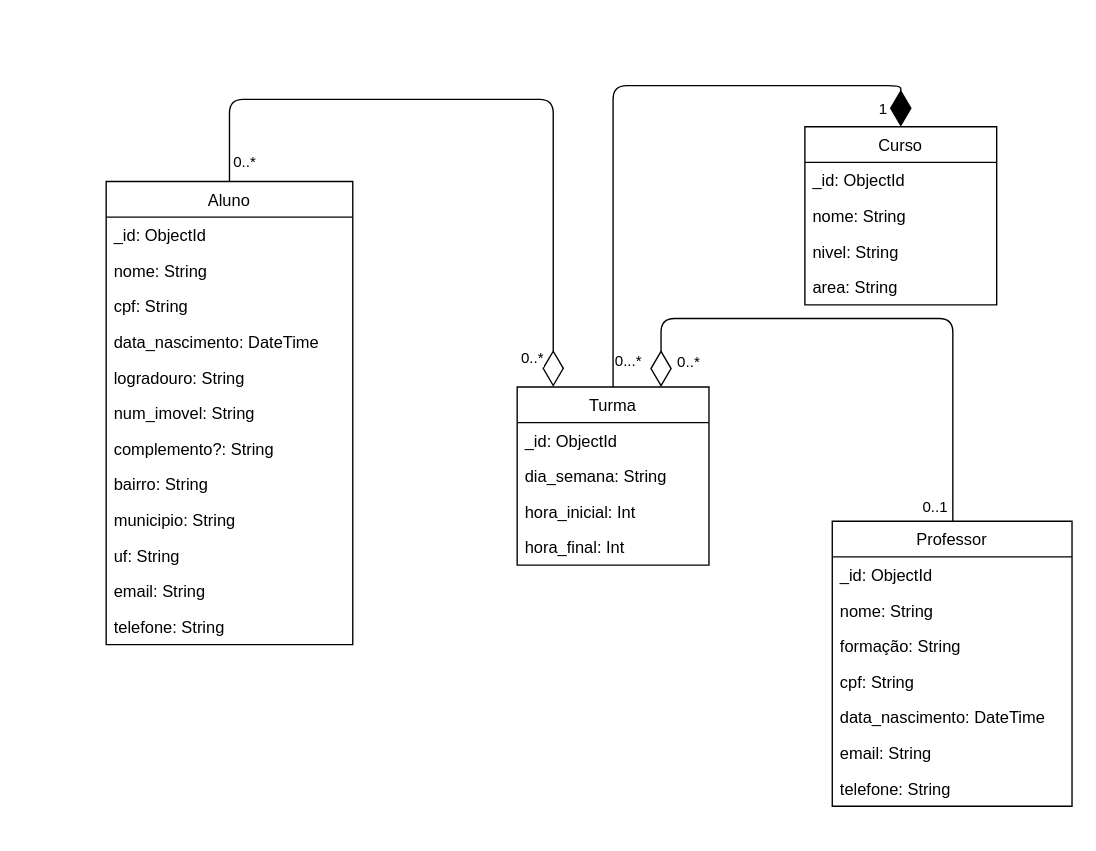
Earlier version of the draw.io diagram docs/modelagem-bd.drawio (GuiPlayer321/bn-not-2023-2). Source tidied: cells renumbered, new cells numbered last; positions are measured from the earlier drawing's top-left corner, leaving out a move shared by most shapes. Both pictures are drawn from the tidied source at 137%, with x=0, y=0 at pixel (105, 85).
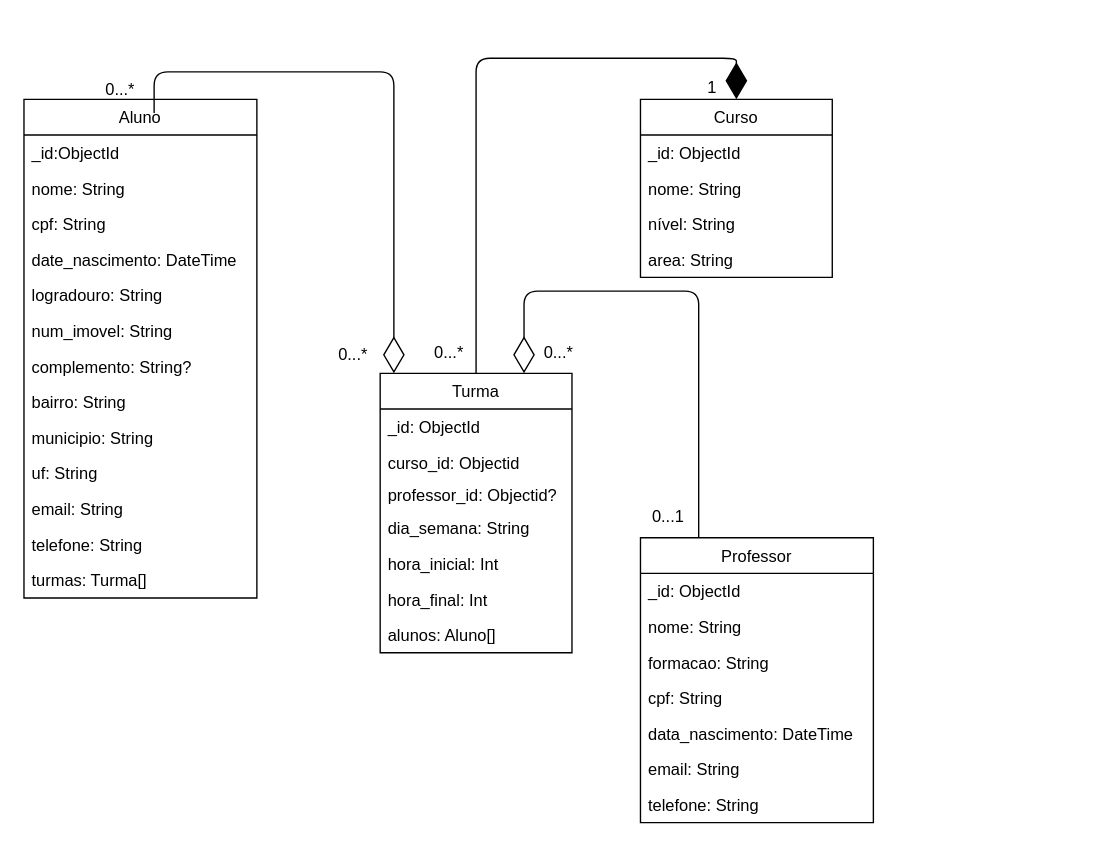
The same page after the edit.

Commit message (it also covers changes not shown here):
(06/09) Termino da modelagem dos dados

Diff of the diagram source:
```diff
@@
     <mxCell id="2" value="Aluno" style="swimlane;fontStyle=0;horizontal=1;startSize=26;fillColor=none;" parent="1" vertex="1">
-      <mxGeometry y="70" width="180" height="338" as="geometry" />
+      <mxGeometry x="-60" y="10" width="170" height="364" as="geometry" />
     </mxCell>
-    <mxCell id="3" value="_id: ObjectId" style="text;strokeColor=none;fillColor=none;align=left;verticalAlign=top;spacingLeft=4;spacingRight=4;overflow=hidden;" parent="2" vertex="1">
-      <mxGeometry y="26" width="180" height="26" as="geometry" />
-    </mxCell>
-    <mxCell id="4" value="nome: String" style="text;strokeColor=none;fillColor=none;align=left;verticalAlign=top;spacingLeft=4;spacingRight=4;overflow=hidden;" parent="2" vertex="1">
-      <mxGeometry y="52" width="180" height="26" as="geometry" />
-    </mxCell>
-    <mxCell id="5" value="cpf: String" style="text;strokeColor=none;fillColor=none;align=left;verticalAlign=top;spacingLeft=4;spacingRight=4;overflow=hidden;" parent="2" vertex="1">
-      <mxGeometry y="78" width="180" height="26" as="geometry" />
-    </mxCell>
-    <mxCell id="6" value="data_nascimento: DateTime" style="text;strokeColor=none;fillColor=none;align=left;verticalAlign=top;spacingLeft=4;spacingRight=4;overflow=hidden;" parent="2" vertex="1">
-      <mxGeometry y="104" width="180" height="26" as="geometry" />
-    </mxCell>
+    <mxCell id="42" value="_id:ObjectId" style="text;strokeColor=none;fillColor=none;align=left;verticalAlign=top;spacingLeft=4;spacingRight=4;overflow=hidden;" parent="2" vertex="1">
+      <mxGeometry y="26" width="170" height="26" as="geometry" />
+    </mxCell>
+    <mxCell id="43" value="nome: String    " style="text;strokeColor=none;fillColor=none;align=left;verticalAlign=top;spacingLeft=4;spacingRight=4;overflow=hidden;" parent="2" vertex="1">
+      <mxGeometry y="52" width="170" height="26" as="geometry" />
+    </mxCell>
+    <mxCell id="44" value="cpf: String" style="text;strokeColor=none;fillColor=none;align=left;verticalAlign=top;spacingLeft=4;spacingRight=4;overflow=hidden;" parent="2" vertex="1">
+      <mxGeometry y="78" width="170" height="26" as="geometry" />
+    </mxCell>
+    <mxCell id="45" value="date_nascimento: DateTime&#10;" style="text;strokeColor=none;fillColor=none;align=left;verticalAlign=top;spacingLeft=4;spacingRight=4;overflow=hidden;" parent="2" vertex="1">
+      <mxGeometry y="104" width="170" height="26" as="geometry" />
+    </mxCell>
     <mxCell id="7" value="logradouro: String" style="text;strokeColor=none;fillColor=none;align=left;verticalAlign=top;spacingLeft=4;spacingRight=4;overflow=hidden;" parent="2" vertex="1">
-      <mxGeometry y="130" width="180" height="26" as="geometry" />
+      <mxGeometry y="130" width="170" height="26" as="geometry" />
     </mxCell>
     <mxCell id="8" value="num_imovel: String" style="text;strokeColor=none;fillColor=none;align=left;verticalAlign=top;spacingLeft=4;spacingRight=4;overflow=hidden;" parent="2" vertex="1">
-      <mxGeometry y="156" width="180" height="26" as="geometry" />
+      <mxGeometry y="156" width="170" height="26" as="geometry" />
     </mxCell>
-    <mxCell id="9" value="complemento?: String" style="text;strokeColor=none;fillColor=none;align=left;verticalAlign=top;spacingLeft=4;spacingRight=4;overflow=hidden;" parent="2" vertex="1">
-      <mxGeometry y="182" width="180" height="26" as="geometry" />
-    </mxCell>
+    <mxCell id="46" value="complemento: String?" style="text;strokeColor=none;fillColor=none;align=left;verticalAlign=top;spacingLeft=4;spacingRight=4;overflow=hidden;" parent="2" vertex="1">
+      <mxGeometry y="182" width="170" height="26" as="geometry" />
+    </mxCell>
     <mxCell id="10" value="bairro: String" style="text;strokeColor=none;fillColor=none;align=left;verticalAlign=top;spacingLeft=4;spacingRight=4;overflow=hidden;" parent="2" vertex="1">
-      <mxGeometry y="208" width="180" height="26" as="geometry" />
+      <mxGeometry y="208" width="170" height="26" as="geometry" />
     </mxCell>
     <mxCell id="11" value="municipio: String" style="text;strokeColor=none;fillColor=none;align=left;verticalAlign=top;spacingLeft=4;spacingRight=4;overflow=hidden;" parent="2" vertex="1">
-      <mxGeometry y="234" width="180" height="26" as="geometry" />
+      <mxGeometry y="234" width="170" height="26" as="geometry" />
     </mxCell>
     <mxCell id="12" value="uf: String" style="text;strokeColor=none;fillColor=none;align=left;verticalAlign=top;spacingLeft=4;spacingRight=4;overflow=hidden;" parent="2" vertex="1">
-      <mxGeometry y="260" width="180" height="26" as="geometry" />
+      <mxGeometry y="260" width="170" height="26" as="geometry" />
     </mxCell>
-    <mxCell id="13" value="email: String" style="text;strokeColor=none;fillColor=none;align=left;verticalAlign=top;spacingLeft=4;spacingRight=4;overflow=hidden;" parent="2" vertex="1">
-      <mxGeometry y="286" width="180" height="26" as="geometry" />
-    </mxCell>
-    <mxCell id="14" value="telefone: String" style="text;strokeColor=none;fillColor=none;align=left;verticalAlign=top;spacingLeft=4;spacingRight=4;overflow=hidden;" parent="2" vertex="1">
-      <mxGeometry y="312" width="180" height="26" as="geometry" />
-    </mxCell>
+    <mxCell id="47" value="email: String" style="text;strokeColor=none;fillColor=none;align=left;verticalAlign=top;spacingLeft=4;spacingRight=4;overflow=hidden;" parent="2" vertex="1">
+      <mxGeometry y="286" width="170" height="26" as="geometry" />
+    </mxCell>
+    <mxCell id="48" value="telefone: String" style="text;strokeColor=none;fillColor=none;align=left;verticalAlign=top;spacingLeft=4;spacingRight=4;overflow=hidden;" parent="2" vertex="1">
+      <mxGeometry y="312" width="170" height="26" as="geometry" />
+    </mxCell>
+    <mxCell id="49" value="turmas: Turma[]" style="text;strokeColor=none;fillColor=none;align=left;verticalAlign=top;spacingLeft=4;spacingRight=4;overflow=hidden;" parent="2" vertex="1">
+      <mxGeometry y="338" width="170" height="26" as="geometry" />
+    </mxCell>
     <mxCell id="15" value="Curso" style="swimlane;fontStyle=0;horizontal=1;startSize=26;fillColor=none;" parent="1" vertex="1">
-      <mxGeometry x="510" y="30" width="140" height="130" as="geometry" />
+      <mxGeometry x="390" y="10" width="140" height="130" as="geometry" />
     </mxCell>
-    <mxCell id="16" value="_id: ObjectId" style="text;strokeColor=none;fillColor=none;align=left;verticalAlign=top;spacingLeft=4;spacingRight=4;overflow=hidden;" parent="15" vertex="1">
-      <mxGeometry y="26" width="140" height="26" as="geometry" />
-    </mxCell>
+    <mxCell id="50" value="_id: ObjectId" style="text;strokeColor=none;fillColor=none;align=left;verticalAlign=top;spacingLeft=4;spacingRight=4;overflow=hidden;" parent="15" vertex="1">
+      <mxGeometry y="26" width="140" height="26" as="geometry" />
+    </mxCell>
@@
-    <mxCell id="18" value="nivel: String" style="text;strokeColor=none;fillColor=none;align=left;verticalAlign=top;spacingLeft=4;spacingRight=4;overflow=hidden;" parent="15" vertex="1">
-      <mxGeometry y="78" width="140" height="26" as="geometry" />
-    </mxCell>
+    <mxCell id="51" value="nível: String" style="text;strokeColor=none;fillColor=none;align=left;verticalAlign=top;spacingLeft=4;spacingRight=4;overflow=hidden;" parent="15" vertex="1">
+      <mxGeometry y="78" width="140" height="26" as="geometry" />
+    </mxCell>
@@
     <mxCell id="20" value="Professor" style="swimlane;fontStyle=0;horizontal=1;startSize=26;fillColor=none;" parent="1" vertex="1">
-      <mxGeometry x="530" y="318" width="175" height="208" as="geometry" />
+      <mxGeometry x="390" y="330" width="170" height="208" as="geometry" />
     </mxCell>
-    <mxCell id="21" value="_id: ObjectId" style="text;strokeColor=none;fillColor=none;align=left;verticalAlign=top;spacingLeft=4;spacingRight=4;overflow=hidden;" parent="20" vertex="1">
-      <mxGeometry y="26" width="175" height="26" as="geometry" />
-    </mxCell>
-    <mxCell id="22" value="nome: String" style="text;strokeColor=none;fillColor=none;align=left;verticalAlign=top;spacingLeft=4;spacingRight=4;overflow=hidden;" parent="20" vertex="1">
-      <mxGeometry y="52" width="175" height="26" as="geometry" />
-    </mxCell>
-    <mxCell id="23" value="formação: String" style="text;strokeColor=none;fillColor=none;align=left;verticalAlign=top;spacingLeft=4;spacingRight=4;overflow=hidden;" parent="20" vertex="1">
-      <mxGeometry y="78" width="175" height="26" as="geometry" />
-    </mxCell>
-    <mxCell id="24" value="cpf: String" style="text;strokeColor=none;fillColor=none;align=left;verticalAlign=top;spacingLeft=4;spacingRight=4;overflow=hidden;" parent="20" vertex="1">
-      <mxGeometry y="104" width="175" height="26" as="geometry" />
-    </mxCell>
-    <mxCell id="25" value="data_nascimento: DateTime" style="text;strokeColor=none;fillColor=none;align=left;verticalAlign=top;spacingLeft=4;spacingRight=4;overflow=hidden;" parent="20" vertex="1">
-      <mxGeometry y="130" width="175" height="26" as="geometry" />
-    </mxCell>
-    <mxCell id="26" value="email: String" style="text;strokeColor=none;fillColor=none;align=left;verticalAlign=top;spacingLeft=4;spacingRight=4;overflow=hidden;" parent="20" vertex="1">
-      <mxGeometry y="156" width="175" height="26" as="geometry" />
-    </mxCell>
-    <mxCell id="27" value="telefone: String" style="text;strokeColor=none;fillColor=none;align=left;verticalAlign=top;spacingLeft=4;spacingRight=4;overflow=hidden;" parent="20" vertex="1">
-      <mxGeometry y="182" width="175" height="26" as="geometry" />
-    </mxCell>
+    <mxCell id="52" value="_id: ObjectId" style="text;strokeColor=none;fillColor=none;align=left;verticalAlign=top;spacingLeft=4;spacingRight=4;overflow=hidden;" parent="20" vertex="1">
+      <mxGeometry y="26" width="170" height="26" as="geometry" />
+    </mxCell>
+    <mxCell id="53" value="nome: String" style="text;strokeColor=none;fillColor=none;align=left;verticalAlign=top;spacingLeft=4;spacingRight=4;overflow=hidden;" parent="20" vertex="1">
+      <mxGeometry y="52" width="170" height="26" as="geometry" />
+    </mxCell>
+    <mxCell id="54" value="formacao: String" style="text;strokeColor=none;fillColor=none;align=left;verticalAlign=top;spacingLeft=4;spacingRight=4;overflow=hidden;" parent="20" vertex="1">
+      <mxGeometry y="78" width="170" height="26" as="geometry" />
+    </mxCell>
+    <mxCell id="55" value="cpf: String" style="text;strokeColor=none;fillColor=none;align=left;verticalAlign=top;spacingLeft=4;spacingRight=4;overflow=hidden;" parent="20" vertex="1">
+      <mxGeometry y="104" width="170" height="26" as="geometry" />
+    </mxCell>
+    <mxCell id="56" value="data_nascimento: DateTime" style="text;strokeColor=none;fillColor=none;align=left;verticalAlign=top;spacingLeft=4;spacingRight=4;overflow=hidden;" parent="20" vertex="1">
+      <mxGeometry y="130" width="170" height="26" as="geometry" />
+    </mxCell>
+    <mxCell id="57" value="email: String" style="text;strokeColor=none;fillColor=none;align=left;verticalAlign=top;spacingLeft=4;spacingRight=4;overflow=hidden;" parent="20" vertex="1">
+      <mxGeometry y="156" width="170" height="26" as="geometry" />
+    </mxCell>
+    <mxCell id="58" value="telefone: String" style="text;strokeColor=none;fillColor=none;align=left;verticalAlign=top;spacingLeft=4;spacingRight=4;overflow=hidden;" parent="20" vertex="1">
+      <mxGeometry y="182" width="170" height="26" as="geometry" />
+    </mxCell>
     <mxCell id="28" value="Turma" style="swimlane;fontStyle=0;horizontal=1;startSize=26;fillColor=none;" parent="1" vertex="1">
-      <mxGeometry x="300" y="220" width="140" height="130" as="geometry" />
+      <mxGeometry x="200" y="210" width="140" height="204" as="geometry" />
     </mxCell>
-    <mxCell id="29" value="_id: ObjectId   " style="text;strokeColor=none;fillColor=none;align=left;verticalAlign=top;spacingLeft=4;spacingRight=4;overflow=hidden;" parent="28" vertex="1">
-      <mxGeometry y="26" width="140" height="26" as="geometry" />
-    </mxCell>
+    <mxCell id="59" value="_id: ObjectId" style="text;strokeColor=none;fillColor=none;align=left;verticalAlign=top;spacingLeft=4;spacingRight=4;overflow=hidden;" parent="28" vertex="1">
+      <mxGeometry y="26" width="140" height="26" as="geometry" />
+    </mxCell>
+    <mxCell id="60" value="curso_id: Objectid" style="text;strokeColor=none;fillColor=none;align=left;verticalAlign=top;spacingLeft=4;spacingRight=4;overflow=hidden;" parent="28" vertex="1">
+      <mxGeometry y="52" width="140" height="24" as="geometry" />
+    </mxCell>
+    <mxCell id="61" value="professor_id: Objectid?&#10;" style="text;strokeColor=none;fillColor=none;align=left;verticalAlign=top;spacingLeft=4;spacingRight=4;overflow=hidden;" parent="28" vertex="1">
+      <mxGeometry y="76" width="140" height="24" as="geometry" />
+    </mxCell>
     <mxCell id="30" value="dia_semana: String" style="text;strokeColor=none;fillColor=none;align=left;verticalAlign=top;spacingLeft=4;spacingRight=4;overflow=hidden;" parent="28" vertex="1">
-      <mxGeometry y="52" width="140" height="26" as="geometry" />
+      <mxGeometry y="100" width="140" height="26" as="geometry" />
     </mxCell>
     <mxCell id="31" value="hora_inicial: Int" style="text;strokeColor=none;fillColor=none;align=left;verticalAlign=top;spacingLeft=4;spacingRight=4;overflow=hidden;" parent="28" vertex="1">
-      <mxGeometry y="78" width="140" height="26" as="geometry" />
+      <mxGeometry y="126" width="140" height="26" as="geometry" />
     </mxCell>
-    <mxCell id="32" value="hora_final: Int" style="text;strokeColor=none;fillColor=none;align=left;verticalAlign=top;spacingLeft=4;spacingRight=4;overflow=hidden;" parent="28" vertex="1">
-      <mxGeometry y="104" width="140" height="26" as="geometry" />
+    <mxCell id="32" value="hora_final: Int&#10;" style="text;strokeColor=none;fillColor=none;align=left;verticalAlign=top;spacingLeft=4;spacingRight=4;overflow=hidden;" parent="28" vertex="1">
+      <mxGeometry y="152" width="140" height="26" as="geometry" />
     </mxCell>
+    <mxCell id="62" value="alunos: Aluno[]" style="text;strokeColor=none;fillColor=none;align=left;verticalAlign=top;spacingLeft=4;spacingRight=4;overflow=hidden;" parent="28" vertex="1">
+      <mxGeometry y="178" width="140" height="26" as="geometry" />
+    </mxCell>
-    <mxCell id="33" style="endArrow=diamondThin;endFill=1;endSize=24;html=1;entryX=0.5;entryY=0;entryDx=0;entryDy=0;exitX=0.5;exitY=0;exitDx=0;exitDy=0;edgeStyle=orthogonalEdgeStyle;" parent="1" edge="1" source="28" target="15">
+    <mxCell id="33" style="endArrow=diamondThin;endFill=1;endSize=24;html=1;exitX=0.5;exitY=0;exitDx=0;exitDy=0;edgeStyle=orthogonalEdgeStyle;entryX=0.5;entryY=0;entryDx=0;entryDy=0;" parent="1" edge="1" source="28" target="15">
       <mxGeometry relative="1" as="geometry">
         <Array as="points">
-          <mxPoint x="370" />
-          <mxPoint x="580" />
+          <mxPoint x="270" y="-20" />
+          <mxPoint x="460" y="-20" />
         </Array>
       </mxGeometry>
     </mxCell>
+    <mxCell id="63" style="endArrow=diamondThin;endFill=0;endSize=24;html=1;entryX=0.75;entryY=0;entryDx=0;entryDy=0;edgeStyle=orthogonalEdgeStyle;exitX=0.25;exitY=0;exitDx=0;exitDy=0;fontStyle=1;" parent="1" edge="1" source="20" target="28">
+      <mxGeometry relative="1" as="geometry">
+        <Array as="points">
+          <mxPoint x="433" y="150" />
+          <mxPoint x="305" y="150" />
+        </Array>
+      </mxGeometry>
+    </mxCell>
+    <mxCell id="64" value="0...*" style="text;html=1;align=center;verticalAlign=middle;strokeColor=none;fillColor=none;" parent="1" vertex="1">
+      <mxGeometry x="-10" y="-12" width="40" height="30" as="geometry" />
+    </mxCell>
+    <mxCell id="65" value="0...*" style="text;html=1;align=center;verticalAlign=middle;strokeColor=none;fillColor=none;" parent="1" vertex="1">
+      <mxGeometry x="160" y="182" width="40" height="30" as="geometry" />
+    </mxCell>
+    <mxCell id="66" value="0...*" style="text;html=1;align=center;verticalAlign=middle;strokeColor=none;fillColor=none;" parent="1" vertex="1">
+      <mxGeometry x="230" y="180" width="40" height="30" as="geometry" />
+    </mxCell>
-    <mxCell id="34" value="1" style="edgeLabel;html=1;align=center;verticalAlign=middle;" parent="33" vertex="1">
-      <mxGeometry x="0.82" relative="1" as="geometry">
-        <mxPoint x="-3" y="16" as="offset" />
-      </mxGeometry>
+    <mxCell id="34" value="1" style="text;html=1;align=center;verticalAlign=middle;strokeColor=none;fillColor=none;" parent="1" vertex="1">
+      <mxGeometry x="427" y="-13" width="30" height="30" as="geometry" />
     </mxCell>
-    <mxCell id="35" value="0...*" style="edgeLabel;html=1;align=center;verticalAlign=middle;" parent="33" vertex="1">
-      <mxGeometry x="-0.87" y="-3" relative="1" as="geometry">
-        <mxPoint x="7" y="10" as="offset" />
-      </mxGeometry>
-    </mxCell>
-    <mxCell id="36" style="endArrow=diamondThin;endFill=0;endSize=24;html=1;entryX=0.188;entryY=-0.001;entryDx=0;entryDy=0;exitX=0.5;exitY=0;exitDx=0;exitDy=0;edgeStyle=orthogonalEdgeStyle;entryPerimeter=0;" parent="1" edge="1" source="2" target="28">
-      <mxGeometry relative="1" as="geometry">
-        <Array as="points">
-          <mxPoint x="90" y="10" />
-          <mxPoint x="326" y="10" />
-        </Array>
-      </mxGeometry>
-    </mxCell>
-    <mxCell id="37" value="0..*" style="edgeLabel;html=1;align=center;verticalAlign=middle;" parent="36" vertex="1">
-      <mxGeometry x="-0.92" relative="1" as="geometry">
-        <mxPoint x="10" y="5" as="offset" />
-      </mxGeometry>
-    </mxCell>
-    <mxCell id="38" value="0..*" style="edgeLabel;html=1;align=center;verticalAlign=middle;" parent="36" vertex="1">
-      <mxGeometry x="0.83" relative="1" as="geometry">
-        <mxPoint x="-16" y="22" as="offset" />
-      </mxGeometry>
-    </mxCell>
-    <mxCell id="39" style="endArrow=diamondThin;endFill=0;endSize=24;html=1;entryX=0.75;entryY=0;entryDx=0;entryDy=0;edgeStyle=orthogonalEdgeStyle;" parent="1" edge="1" target="28">
-      <mxGeometry relative="1" as="geometry">
-        <mxPoint x="618" y="318" as="sourcePoint" />
-        <Array as="points">
-          <mxPoint x="618" y="170" />
-          <mxPoint x="405" y="170" />
-        </Array>
-      </mxGeometry>
-    </mxCell>
-    <mxCell id="40" value="0..*" style="edgeLabel;html=1;align=center;verticalAlign=middle;" parent="39" vertex="1">
-      <mxGeometry x="0.8" relative="1" as="geometry">
-        <mxPoint x="19" y="22" as="offset" />
-      </mxGeometry>
-    </mxCell>
-    <mxCell id="41" value="0..1" style="edgeLabel;html=1;align=center;verticalAlign=middle;" parent="39" vertex="1">
-      <mxGeometry x="-0.94" relative="1" as="geometry">
-        <mxPoint x="-14" y="1" as="offset" />
-      </mxGeometry>
-    </mxCell>
+    <mxCell id="67" style="endArrow=diamondThin;endFill=0;endSize=24;html=1;edgeStyle=orthogonalEdgeStyle;exitX=0.5;exitY=0;exitDx=0;exitDy=0;" parent="1" edge="1" target="28">
+      <mxGeometry relative="1" as="geometry">
+        <mxPoint x="35" y="20" as="sourcePoint" />
+        <Array as="points">
+          <mxPoint x="35" y="-10" />
+          <mxPoint x="210" y="-10" />
+        </Array>
+      </mxGeometry>
+    </mxCell>
+    <mxCell id="68" value="0...1" style="text;html=1;align=center;verticalAlign=middle;strokeColor=none;fillColor=none;" parent="1" vertex="1">
+      <mxGeometry x="385" y="300" width="50" height="30" as="geometry" />
+    </mxCell>
+    <mxCell id="69" value="0...*" style="text;html=1;align=center;verticalAlign=middle;strokeColor=none;fillColor=none;" parent="1" vertex="1">
+      <mxGeometry x="310" y="180" width="40" height="30" as="geometry" />
+    </mxCell>
```
